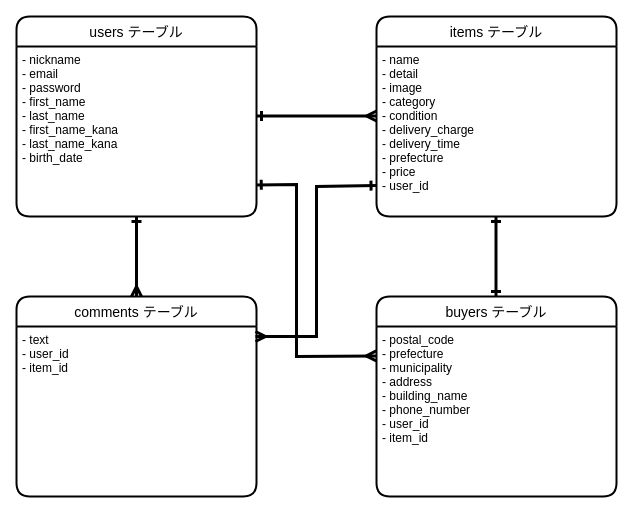
Above: ER.dio in hayakawa01/furima-35694 (draw.io), before the change. Source tidied: cells renumbered, new cells numbered last; positions are measured from the earlier drawing's top-left corner, leaving out a move shared by most shapes. Both pictures are drawn from the tidied source at 100%, with x=0, y=0 at pixel (16, 16).
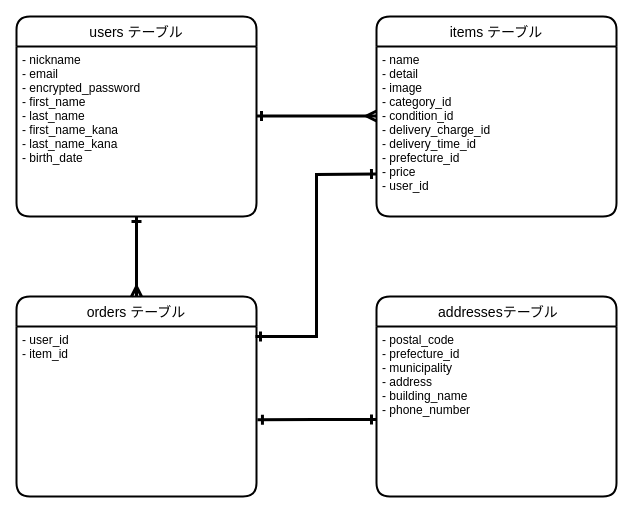
Above is the later version.

Commit message (it also covers changes not shown here):
データベース設計　修正①

Unchanged cells that the change refers to:
```xml
<mxCell id="2" value="users テーブル" style="swimlane;horizontal=1;startSize=30;rounded=1;fontSize=14;fontStyle=0;strokeWidth=2;shadow=0;dashed=0;align=center;" parent="1" vertex="1">
  <mxGeometry width="240" height="200" as="geometry" />
</mxCell>
<mxCell id="4" value="items テーブル" style="swimlane;horizontal=1;startSize=30;rounded=1;fontSize=14;fontStyle=0;strokeWidth=2;shadow=0;dashed=0;align=center;" parent="1" vertex="1">
  <mxGeometry x="360" width="240" height="200" as="geometry" />
</mxCell>
```

Diff of the diagram source:
```diff
@@
-    <mxCell id="3" value="- nickname&#10;- email&#10;- password&#10;- first_name&#10;- last_name&#10;- first_name_kana&#10;- last_name_kana&#10;- birth_date" style="align=left;strokeColor=none;fillColor=none;spacingLeft=4;fontSize=12;verticalAlign=top;" parent="2" vertex="1">
+    <mxCell id="3" value="- nickname&#10;- email&#10;- encrypted_password&#10;- first_name&#10;- last_name&#10;- first_name_kana&#10;- last_name_kana&#10;- birth_date" style="align=left;strokeColor=none;fillColor=none;spacingLeft=4;fontSize=12;verticalAlign=top;" parent="2" vertex="1">
       <mxGeometry y="30" width="240" height="170" as="geometry" />
     </mxCell>
@@
-    <mxCell id="5" value="- name&#10;- detail&#10;- image&#10;- category&#10;- condition&#10;- delivery_charge&#10;- delivery_time&#10;- prefecture&#10;- price&#10;- user_id" style="align=left;strokeColor=none;fillColor=none;spacingLeft=4;fontSize=12;verticalAlign=top;" parent="4" vertex="1">
+    <mxCell id="5" value="- name&#10;- detail&#10;- image&#10;- category_id&#10;- condition_id&#10;- delivery_charge_id&#10;- delivery_time_id&#10;- prefecture_id&#10;- price&#10;- user_id" style="align=left;strokeColor=none;fillColor=none;spacingLeft=4;fontSize=12;verticalAlign=top;" parent="4" vertex="1">
       <mxGeometry y="30" width="240" height="170" as="geometry" />
     </mxCell>
-    <mxCell id="6" value="buyers テーブル" style="swimlane;horizontal=1;startSize=30;rounded=1;fontSize=14;fontStyle=0;strokeWidth=2;shadow=0;dashed=0;align=center;" parent="1" vertex="1">
+    <mxCell id="6" value=" addressesテーブル" style="swimlane;horizontal=1;startSize=30;rounded=1;fontSize=14;fontStyle=0;strokeWidth=2;shadow=0;dashed=0;align=center;" parent="1" vertex="1">
       <mxGeometry x="360" y="280" width="240" height="200" as="geometry" />
     </mxCell>
-    <mxCell id="7" value="- postal_code&#10;- prefecture&#10;- municipality&#10;- address&#10;- building_name&#10;- phone_number&#10;- user_id&#10;- item_id" style="align=left;strokeColor=none;fillColor=none;spacingLeft=4;fontSize=12;verticalAlign=top;" parent="6" vertex="1">
+    <mxCell id="7" value="- postal_code&#10;- prefecture_id&#10;- municipality&#10;- address&#10;- building_name&#10;- phone_number" style="align=left;strokeColor=none;fillColor=none;spacingLeft=4;fontSize=12;verticalAlign=top;" parent="6" vertex="1">
       <mxGeometry y="30" width="240" height="170" as="geometry" />
     </mxCell>
-    <mxCell id="8" value="comments テーブル" style="swimlane;horizontal=1;startSize=30;rounded=1;fontSize=14;fontStyle=0;strokeWidth=2;shadow=0;dashed=0;align=center;" parent="1" vertex="1">
+    <mxCell id="8" value="orders テーブル" style="swimlane;horizontal=1;startSize=30;rounded=1;fontSize=14;fontStyle=0;strokeWidth=2;shadow=0;dashed=0;align=center;" parent="1" vertex="1">
       <mxGeometry y="280" width="240" height="200" as="geometry" />
     </mxCell>
-    <mxCell id="9" value="- text&#10;- user_id&#10;- item_id" style="align=left;strokeColor=none;fillColor=none;spacingLeft=4;fontSize=12;verticalAlign=top;" parent="8" vertex="1">
+    <mxCell id="9" value="- user_id&#10;- item_id" style="align=left;strokeColor=none;fillColor=none;spacingLeft=4;fontSize=12;verticalAlign=top;" parent="8" vertex="1">
       <mxGeometry y="30" width="240" height="170" as="geometry" />
     </mxCell>
@@
-    <mxCell id="12" style="endArrow=ERone;html=1;rounded=0;startArrow=ERone;startFill=0;endFill=0;strokeWidth=3;entryX=0.5;entryY=0;entryDx=0;entryDy=0;" parent="1" edge="1">
+    <mxCell id="12" style="endArrow=ERone;html=1;rounded=0;startArrow=ERone;startFill=0;endFill=0;strokeWidth=3;entryX=1.004;entryY=0.548;entryDx=0;entryDy=0;entryPerimeter=0;" parent="1" edge="1" target="9">
       <mxGeometry relative="1" as="geometry">
-        <mxPoint x="479.5" y="200" as="sourcePoint" />
-        <mxPoint x="479.5" y="280" as="targetPoint" />
+        <mxPoint x="360" y="403" as="sourcePoint" />
         <Array as="points">
-          <mxPoint x="479.5" y="220" />
+          <mxPoint x="300" y="403" />
         </Array>
       </mxGeometry>
     </mxCell>
-    <mxCell id="13" style="endArrow=ERone;html=1;rounded=0;strokeWidth=3;startArrow=ERmany;startFill=0;endFill=0;entryX=-0.002;entryY=0.818;entryDx=0;entryDy=0;entryPerimeter=0;" parent="1" edge="1" target="5">
+    <mxCell id="13" style="endArrow=ERone;html=1;rounded=0;strokeWidth=3;startArrow=ERone;startFill=0;endFill=0;entryX=0;entryY=0.75;entryDx=0;entryDy=0;" parent="1" edge="1" target="5">
       <mxGeometry relative="1" as="geometry">
         <mxPoint x="239" y="320" as="sourcePoint" />
         <Array as="points">
           <mxPoint x="300" y="320" />
-          <mxPoint x="300" y="170" />
+          <mxPoint x="300" y="158" />
         </Array>
       </mxGeometry>
     </mxCell>
-    <mxCell id="14" style="endArrow=ERone;html=1;rounded=0;strokeWidth=3;startArrow=ERmany;startFill=0;endFill=0;entryX=0.999;entryY=0.814;entryDx=0;entryDy=0;entryPerimeter=0;exitX=-0.001;exitY=0.173;exitDx=0;exitDy=0;exitPerimeter=0;" parent="1" edge="1" source="7" target="3">
-      <mxGeometry relative="1" as="geometry">
-        <Array as="points">
-          <mxPoint x="280" y="340" />
-          <mxPoint x="280" y="168" />
-        </Array>
-      </mxGeometry>
-    </mxCell>
```
